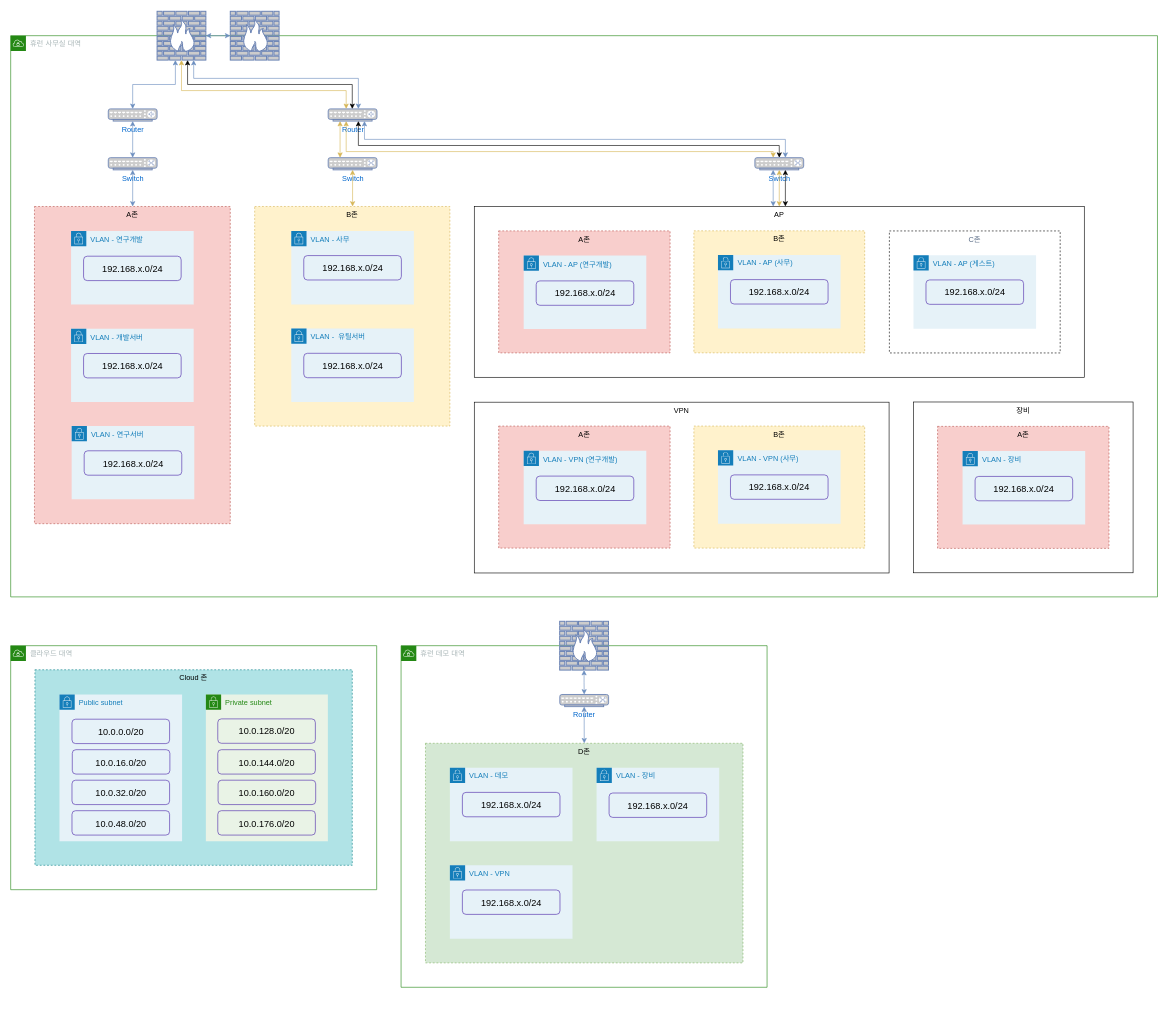
Before: page "To-Be" (2 of 2) of 네트워크.drawio in junho-nam/drawio, a draw.io diagram. Source tidied: cells renumbered, new cells numbered last; positions are measured from the earlier drawing's top-left corner, leaving out a move shared by most shapes. Both pictures are drawn from the tidied source at 61%, with x=0, y=0 at pixel (10, 11).
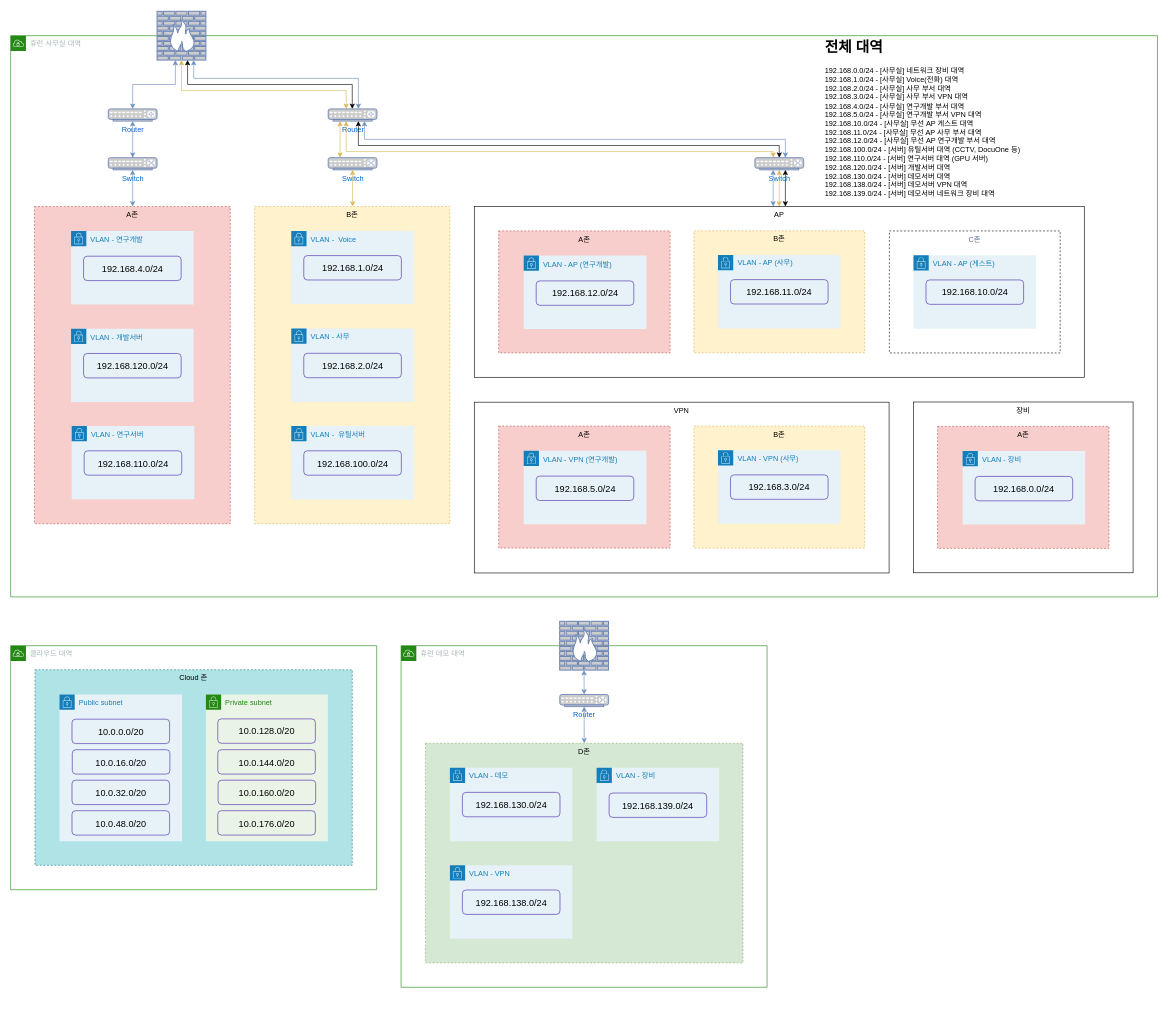
Above is the later version.

Commit message:
네트워크.drawio 업데이트

The change refers to these unchanged cells:
```xml
<mxCell id="4" value="휴런 사무실 대역" style="gradientColor=none;html=1;whiteSpace=wrap;fontSize=12;fontStyle=0;shape=mxgraph.aws4.group;grIcon=mxgraph.aws4.group_vpc;strokeColor=#248814;fillColor=none;verticalAlign=top;align=left;spacingLeft=30;fontColor=#AAB7B8;dashed=0;rounded=1;shadow=0;glass=0;sketch=0;strokeWidth=1;" parent="1" vertex="1">
  <mxGeometry y="40" width="1880" height="920" as="geometry" />
</mxCell>
<mxCell id="7" value="VLAN - 연구서버" style="gradientColor=none;html=1;whiteSpace=wrap;fontSize=12;fontStyle=0;shape=mxgraph.aws4.group;grIcon=mxgraph.aws4.group_security_group;grStroke=0;strokeColor=#147EBA;fillColor=#E6F2F8;verticalAlign=top;align=left;spacingLeft=30;fontColor=#147EBA;dashed=0;rounded=1;shadow=0;glass=0;sketch=0;strokeWidth=1;" parent="4" vertex="1">
  <mxGeometry x="100" y="640" width="201" height="120" as="geometry" />
</mxCell>
<mxCell id="10" value="VLAN - VPN (연구개발)" style="gradientColor=none;html=1;whiteSpace=wrap;fontSize=12;fontStyle=0;shape=mxgraph.aws4.group;grIcon=mxgraph.aws4.group_security_group;grStroke=0;strokeColor=#147EBA;fillColor=#E6F2F8;verticalAlign=top;align=left;spacingLeft=30;fontColor=#147EBA;dashed=0;rounded=1;shadow=0;glass=0;sketch=0;strokeWidth=1;" parent="4" vertex="1">
  <mxGeometry x="841" y="680.5" width="201" height="120.5" as="geometry" />
</mxCell>
<mxCell id="13" value="VLAN - VPN (사무)" style="gradientColor=none;html=1;whiteSpace=wrap;fontSize=12;fontStyle=0;shape=mxgraph.aws4.group;grIcon=mxgraph.aws4.group_security_group;grStroke=0;strokeColor=#147EBA;fillColor=#E6F2F8;verticalAlign=top;align=left;spacingLeft=30;fontColor=#147EBA;dashed=0;rounded=1;shadow=0;glass=0;sketch=0;strokeWidth=1;" parent="4" vertex="1">
  <mxGeometry x="1159.5" y="679.5" width="201" height="120.5" as="geometry" />
</mxCell>
<mxCell id="32" value="VLAN - 데모" style="gradientColor=none;html=1;whiteSpace=wrap;fontSize=12;fontStyle=0;shape=mxgraph.aws4.group;grIcon=mxgraph.aws4.group_security_group;grStroke=0;strokeColor=#147EBA;fillColor=#E6F2F8;verticalAlign=top;align=left;spacingLeft=30;fontColor=#147EBA;dashed=0;rounded=1;shadow=0;glass=0;sketch=0;strokeWidth=1;" parent="30" vertex="1">
  <mxGeometry x="80" y="200" width="201" height="120.5" as="geometry" />
</mxCell>
<mxCell id="34" value="VLAN - VPN" style="gradientColor=none;html=1;whiteSpace=wrap;fontSize=12;fontStyle=0;shape=mxgraph.aws4.group;grIcon=mxgraph.aws4.group_security_group;grStroke=0;strokeColor=#147EBA;fillColor=#E6F2F8;verticalAlign=top;align=left;spacingLeft=30;fontColor=#147EBA;dashed=0;rounded=1;shadow=0;glass=0;sketch=0;strokeWidth=1;" parent="30" vertex="1">
  <mxGeometry x="80" y="360" width="201" height="120.5" as="geometry" />
</mxCell>
<mxCell id="36" value="VLAN - 장비" style="gradientColor=none;html=1;whiteSpace=wrap;fontSize=12;fontStyle=0;shape=mxgraph.aws4.group;grIcon=mxgraph.aws4.group_security_group;grStroke=0;strokeColor=#147EBA;fillColor=#E6F2F8;verticalAlign=top;align=left;spacingLeft=30;fontColor=#147EBA;dashed=0;rounded=1;shadow=0;glass=0;sketch=0;strokeWidth=1;" parent="30" vertex="1">
  <mxGeometry x="320.5" y="200" width="201" height="120.5" as="geometry" />
</mxCell>
<mxCell id="46" value="VLAN - 연구개발" style="gradientColor=none;html=1;whiteSpace=wrap;fontSize=12;fontStyle=0;shape=mxgraph.aws4.group;grIcon=mxgraph.aws4.group_security_group;grStroke=0;strokeColor=#147EBA;fillColor=#E6F2F8;verticalAlign=top;align=left;spacingLeft=30;fontColor=#147EBA;dashed=0;rounded=1;shadow=0;glass=0;sketch=0;strokeWidth=1;" parent="1" vertex="1">
  <mxGeometry x="99" y="360" width="201" height="120.5" as="geometry" />
</mxCell>
<mxCell id="48" value="VLAN - AP (게스트)" style="gradientColor=none;html=1;whiteSpace=wrap;fontSize=12;fontStyle=0;shape=mxgraph.aws4.group;grIcon=mxgraph.aws4.group_security_group;grStroke=0;strokeColor=#147EBA;fillColor=#E6F2F8;verticalAlign=top;align=left;spacingLeft=30;fontColor=#147EBA;dashed=0;rounded=1;shadow=0;glass=0;sketch=0;strokeWidth=1;" parent="1" vertex="1">
  <mxGeometry x="1480" y="399.9" width="201" height="120.5" as="geometry" />
</mxCell>
<mxCell id="50" value="VLAN - AP (사무)" style="gradientColor=none;html=1;whiteSpace=wrap;fontSize=12;fontStyle=0;shape=mxgraph.aws4.group;grIcon=mxgraph.aws4.group_security_group;grStroke=0;strokeColor=#147EBA;fillColor=#E6F2F8;verticalAlign=top;align=left;spacingLeft=30;fontColor=#147EBA;dashed=0;rounded=1;shadow=0;glass=0;sketch=0;strokeWidth=1;" parent="1" vertex="1">
  <mxGeometry x="1159.5" y="399.4" width="201" height="120.5" as="geometry" />
</mxCell>
<mxCell id="55" style="fontColor=#0066CC;verticalAlign=top;verticalLabelPosition=bottom;labelPosition=center;align=center;html=1;outlineConnect=0;fillColor=#CCCCCC;strokeColor=#6881B3;gradientColor=none;gradientDirection=north;strokeWidth=2;shape=mxgraph.networks.firewall;" parent="1" vertex="1">
  <mxGeometry x="240" width="80" height="80" as="geometry" />
</mxCell>
<mxCell id="60" value="VLAN - 개발서버" style="gradientColor=none;html=1;whiteSpace=wrap;fontSize=12;fontStyle=0;shape=mxgraph.aws4.group;grIcon=mxgraph.aws4.group_security_group;grStroke=0;strokeColor=#147EBA;fillColor=#E6F2F8;verticalAlign=top;align=left;spacingLeft=30;fontColor=#147EBA;dashed=0;rounded=1;shadow=0;glass=0;sketch=0;strokeWidth=1;" parent="1" vertex="1">
  <mxGeometry x="99" y="520.5" width="201" height="120" as="geometry" />
</mxCell>
<mxCell id="71" value="VLAN - AP (연구개발)" style="gradientColor=none;html=1;whiteSpace=wrap;fontSize=12;fontStyle=0;shape=mxgraph.aws4.group;grIcon=mxgraph.aws4.group_security_group;grStroke=0;strokeColor=#147EBA;fillColor=#E6F2F8;verticalAlign=top;align=left;spacingLeft=30;fontColor=#147EBA;dashed=0;rounded=1;shadow=0;glass=0;sketch=0;strokeWidth=1;" parent="1" vertex="1">
  <mxGeometry x="841" y="400.5" width="201" height="120.5" as="geometry" />
</mxCell>
<mxCell id="78" value="VLAN - 장비" style="gradientColor=none;html=1;whiteSpace=wrap;fontSize=12;fontStyle=0;shape=mxgraph.aws4.group;grIcon=mxgraph.aws4.group_security_group;grStroke=0;strokeColor=#147EBA;fillColor=#E6F2F8;verticalAlign=top;align=left;spacingLeft=30;fontColor=#147EBA;dashed=0;rounded=1;shadow=0;glass=0;sketch=0;strokeWidth=1;" parent="1" vertex="1">
  <mxGeometry x="1560.5" y="721" width="201" height="120.5" as="geometry" />
</mxCell>
```

What changed in the source:
```diff
@@
     <mxCell id="3" value="B존" style="fillColor=#fff2cc;strokeColor=#d6b656;dashed=1;verticalAlign=top;fontStyle=0;" parent="1" vertex="1">
-      <mxGeometry x="400" y="320" width="320" height="360" as="geometry" />
+      <mxGeometry x="400" y="320" width="320" height="520" as="geometry" />
     </mxCell>
@@
-    <mxCell id="8" value="&lt;font style=&quot;font-size: 15px;&quot;&gt;192.168.x.0/24&lt;/font&gt;" style="rounded=1;whiteSpace=wrap;html=1;fillColor=none;strokeWidth=1;strokeColor=#4d27aa;glass=0;shadow=0;" parent="7" vertex="1">
+    <mxCell id="8" value="&lt;font style=&quot;font-size: 15px;&quot;&gt;192.168.110.0/24&lt;/font&gt;" style="rounded=1;whiteSpace=wrap;html=1;fillColor=none;strokeWidth=1;strokeColor=#4d27aa;glass=0;shadow=0;" parent="7" vertex="1">
       <mxGeometry x="20.5" y="40.5" width="160" height="40" as="geometry" />
     </mxCell>
@@
-    <mxCell id="11" value="&lt;font style=&quot;font-size: 15px;&quot;&gt;192.168.x.0/24&lt;/font&gt;" style="rounded=1;whiteSpace=wrap;html=1;fillColor=none;strokeWidth=1;strokeColor=#4d27aa;glass=0;shadow=0;" parent="10" vertex="1">
+    <mxCell id="11" value="&lt;font style=&quot;font-size: 15px;&quot;&gt;192.168.5.0/24&lt;/font&gt;" style="rounded=1;whiteSpace=wrap;html=1;fillColor=none;strokeWidth=1;strokeColor=#4d27aa;glass=0;shadow=0;" parent="10" vertex="1">
       <mxGeometry x="20.5" y="41.5" width="160" height="40" as="geometry" />
     </mxCell>
@@
-    <mxCell id="14" value="&lt;font style=&quot;font-size: 15px;&quot;&gt;192.168.x.0/24&lt;/font&gt;" style="rounded=1;whiteSpace=wrap;html=1;fillColor=none;strokeWidth=1;strokeColor=#4d27aa;glass=0;shadow=0;" parent="13" vertex="1">
+    <mxCell id="14" value="&lt;font style=&quot;font-size: 15px;&quot;&gt;192.168.3.0/24&lt;/font&gt;" style="rounded=1;whiteSpace=wrap;html=1;fillColor=none;strokeWidth=1;strokeColor=#4d27aa;glass=0;shadow=0;" parent="13" vertex="1">
       <mxGeometry x="20.5" y="40.5" width="160" height="40" as="geometry" />
     </mxCell>
@@
+    <mxCell id="83" value="VLAN -&amp;nbsp; Voice" style="gradientColor=none;html=1;whiteSpace=wrap;fontSize=12;fontStyle=0;shape=mxgraph.aws4.group;grIcon=mxgraph.aws4.group_security_group;grStroke=0;strokeColor=#147EBA;fillColor=#E6F2F8;verticalAlign=top;align=left;spacingLeft=30;fontColor=#147EBA;dashed=0;rounded=1;shadow=0;glass=0;sketch=0;strokeWidth=1;" parent="4" vertex="1">
+      <mxGeometry x="460" y="320" width="201" height="120" as="geometry" />
+    </mxCell>
+    <mxCell id="84" value="&lt;font style=&quot;font-size: 15px;&quot;&gt;192.168.1.0/24&lt;/font&gt;" style="rounded=1;whiteSpace=wrap;html=1;fillColor=none;strokeWidth=1;strokeColor=#4d27aa;glass=0;shadow=0;" parent="83" vertex="1">
+      <mxGeometry x="20.5" y="40.5" width="160" height="40" as="geometry" />
+    </mxCell>
     <mxCell id="16" value="VLAN -&amp;nbsp; 유틸서버" style="gradientColor=none;html=1;whiteSpace=wrap;fontSize=12;fontStyle=0;shape=mxgraph.aws4.group;grIcon=mxgraph.aws4.group_security_group;grStroke=0;strokeColor=#147EBA;fillColor=#E6F2F8;verticalAlign=top;align=left;spacingLeft=30;fontColor=#147EBA;dashed=0;rounded=1;shadow=0;glass=0;sketch=0;strokeWidth=1;" parent="4" vertex="1">
-      <mxGeometry x="460" y="480.2" width="201" height="120.5" as="geometry" />
+      <mxGeometry x="460" y="640" width="201" height="120.5" as="geometry" />
     </mxCell>
-    <mxCell id="17" value="&lt;font style=&quot;font-size: 15px;&quot;&gt;192.168.x.0/24&lt;/font&gt;" style="rounded=1;whiteSpace=wrap;html=1;fillColor=none;strokeWidth=1;strokeColor=#4d27aa;glass=0;shadow=0;" parent="16" vertex="1">
+    <mxCell id="17" value="&lt;font style=&quot;font-size: 15px;&quot;&gt;192.168.100.0/24&lt;/font&gt;" style="rounded=1;whiteSpace=wrap;html=1;fillColor=none;strokeWidth=1;strokeColor=#4d27aa;glass=0;shadow=0;" parent="16" vertex="1">
       <mxGeometry x="20.5" y="40.5" width="160" height="40" as="geometry" />
     </mxCell>
+    <mxCell id="52" value="VLAN - 사무" style="gradientColor=none;html=1;whiteSpace=wrap;fontSize=12;fontStyle=0;shape=mxgraph.aws4.group;grIcon=mxgraph.aws4.group_security_group;grStroke=0;strokeColor=#147EBA;fillColor=#E6F2F8;verticalAlign=top;align=left;spacingLeft=30;fontColor=#147EBA;dashed=0;rounded=1;shadow=0;glass=0;sketch=0;strokeWidth=1;" parent="4" vertex="1">
+      <mxGeometry x="460" y="480.2" width="201" height="120.5" as="geometry" />
+    </mxCell>
+    <mxCell id="53" value="&lt;font style=&quot;font-size: 15px;&quot;&gt;192.168.2.0/24&lt;/font&gt;" style="rounded=1;whiteSpace=wrap;html=1;fillColor=none;strokeWidth=1;strokeColor=#4d27aa;glass=0;shadow=0;" parent="52" vertex="1">
+      <mxGeometry x="20.5" y="40.5" width="160" height="40" as="geometry" />
+    </mxCell>
+    <mxCell id="85" value="&lt;h1&gt;전체 대역&lt;/h1&gt;&lt;p&gt;192.168.0.0/24 - [사무실] 네트워크 장비 대역&lt;br style=&quot;border-color: var(--border-color);&quot;&gt;192.168.1.0/24 - [사무실] Voice(전화) 대역&lt;br style=&quot;border-color: var(--border-color);&quot;&gt;192.168.2.0/24 - [사무실] 사무 부서 대역&lt;br style=&quot;border-color: var(--border-color);&quot;&gt;192.168.3.0/24 - [사무실] 사무 부서 VPN 대역&lt;br style=&quot;border-color: var(--border-color);&quot;&gt;192.168.4.0/24 - [사무실] 연구개발 부서 대역&lt;br style=&quot;border-color: var(--border-color);&quot;&gt;192.168.5.0/24 - [사무실] 연구개발 부서 VPN 대역&lt;br style=&quot;border-color: var(--border-color);&quot;&gt;192.168.10.0/24 - [사무실] 무선 AP 게스트 대역&lt;br style=&quot;border-color: var(--border-color);&quot;&gt;192.168.11.0/24 - [사무실] 무선 AP 사무 부서 대역&lt;br style=&quot;border-color: var(--border-color);&quot;&gt;192.168.12.0/24 - [사무실] 무선 AP 연구개발 부서 대역&lt;br style=&quot;border-color: var(--border-color);&quot;&gt;192.168.100.0/24 - [서버] 유틸서버 대역 (CCTV, DocuOne 등)&lt;br style=&quot;border-color: var(--border-color);&quot;&gt;192.168.110.0/24 - [서버] 연구서버 대역 (GPU 서버)&lt;br style=&quot;border-color: var(--border-color);&quot;&gt;192.168.120.0/24 - [서버] 개발서버 대역&lt;br style=&quot;border-color: var(--border-color);&quot;&gt;192.168.130.0/24 - [서버] 데모서버 대역&lt;br style=&quot;border-color: var(--border-color);&quot;&gt;192.168.138.0/24 - [서버] 데모서버 VPN 대역&lt;br&gt;192.168.139.0/24 - [서버] 데모서버 네트워크 장비 대역&lt;/p&gt;&lt;p&gt;&lt;br&gt;&lt;/p&gt;" style="text;html=1;strokeColor=none;fillColor=none;spacing=5;spacingTop=-20;whiteSpace=wrap;overflow=hidden;rounded=0;" parent="4" vertex="1">
+      <mxGeometry x="1330" width="390" height="270" as="geometry" />
+    </mxCell>
@@
-    <mxCell id="33" value="&lt;font style=&quot;font-size: 15px;&quot;&gt;192.168.x.0/24&lt;/font&gt;" style="rounded=1;whiteSpace=wrap;html=1;fillColor=none;strokeWidth=1;strokeColor=#4d27aa;glass=0;shadow=0;" parent="32" vertex="1">
+    <mxCell id="33" value="&lt;font style=&quot;font-size: 15px;&quot;&gt;192.168.130.0/24&lt;/font&gt;" style="rounded=1;whiteSpace=wrap;html=1;fillColor=none;strokeWidth=1;strokeColor=#4d27aa;glass=0;shadow=0;" parent="32" vertex="1">
       <mxGeometry x="20.5" y="40.5" width="160" height="40" as="geometry" />
     </mxCell>
@@
-    <mxCell id="35" value="&lt;font style=&quot;font-size: 15px;&quot;&gt;192.168.x.0/24&lt;/font&gt;" style="rounded=1;whiteSpace=wrap;html=1;fillColor=none;strokeWidth=1;strokeColor=#4d27aa;glass=0;shadow=0;" parent="34" vertex="1">
+    <mxCell id="35" value="&lt;font style=&quot;font-size: 15px;&quot;&gt;192.168.138.0/24&lt;/font&gt;" style="rounded=1;whiteSpace=wrap;html=1;fillColor=none;strokeWidth=1;strokeColor=#4d27aa;glass=0;shadow=0;" parent="34" vertex="1">
       <mxGeometry x="20.5" y="40.5" width="160" height="40" as="geometry" />
     </mxCell>
@@
-    <mxCell id="37" value="&lt;font style=&quot;font-size: 15px;&quot;&gt;192.168.x.0/24&lt;/font&gt;" style="rounded=1;whiteSpace=wrap;html=1;fillColor=none;strokeWidth=1;strokeColor=#4d27aa;glass=0;shadow=0;" parent="36" vertex="1">
+    <mxCell id="37" value="&lt;font style=&quot;font-size: 15px;&quot;&gt;192.168.139.0/24&lt;/font&gt;" style="rounded=1;whiteSpace=wrap;html=1;fillColor=none;strokeWidth=1;strokeColor=#4d27aa;glass=0;shadow=0;" parent="36" vertex="1">
       <mxGeometry x="20.5" y="41.5" width="160" height="40" as="geometry" />
     </mxCell>
@@
-    <mxCell id="47" value="&lt;font style=&quot;font-size: 15px;&quot;&gt;192.168.x.0/24&lt;/font&gt;" style="rounded=1;whiteSpace=wrap;html=1;fillColor=none;strokeWidth=1;strokeColor=#4d27aa;glass=0;shadow=0;" parent="46" vertex="1">
+    <mxCell id="47" value="&lt;font style=&quot;font-size: 15px;&quot;&gt;192.168.4.0/24&lt;/font&gt;" style="rounded=1;whiteSpace=wrap;html=1;fillColor=none;strokeWidth=1;strokeColor=#4d27aa;glass=0;shadow=0;" parent="46" vertex="1">
       <mxGeometry x="20.5" y="41.5" width="160" height="40" as="geometry" />
     </mxCell>
@@
-    <mxCell id="49" value="&lt;font style=&quot;font-size: 15px;&quot;&gt;192.168.x.0/24&lt;/font&gt;" style="rounded=1;whiteSpace=wrap;html=1;fillColor=none;strokeWidth=1;strokeColor=#4d27aa;glass=0;shadow=0;" parent="48" vertex="1">
+    <mxCell id="49" value="&lt;font style=&quot;font-size: 15px;&quot;&gt;192.168.10.0/24&lt;/font&gt;" style="rounded=1;whiteSpace=wrap;html=1;fillColor=none;strokeWidth=1;strokeColor=#4d27aa;glass=0;shadow=0;" parent="48" vertex="1">
       <mxGeometry x="20.5" y="40.5" width="160" height="40" as="geometry" />
     </mxCell>
@@
-    <mxCell id="51" value="&lt;font style=&quot;font-size: 15px;&quot;&gt;192.168.x.0/24&lt;/font&gt;" style="rounded=1;whiteSpace=wrap;html=1;fillColor=none;strokeWidth=1;strokeColor=#4d27aa;glass=0;shadow=0;" parent="50" vertex="1">
+    <mxCell id="51" value="&lt;font style=&quot;font-size: 15px;&quot;&gt;192.168.11.0/24&lt;/font&gt;" style="rounded=1;whiteSpace=wrap;html=1;fillColor=none;strokeWidth=1;strokeColor=#4d27aa;glass=0;shadow=0;" parent="50" vertex="1">
       <mxGeometry x="20.5" y="40.5" width="160" height="40" as="geometry" />
     </mxCell>
-    <mxCell id="52" value="VLAN - 사무" style="gradientColor=none;html=1;whiteSpace=wrap;fontSize=12;fontStyle=0;shape=mxgraph.aws4.group;grIcon=mxgraph.aws4.group_security_group;grStroke=0;strokeColor=#147EBA;fillColor=#E6F2F8;verticalAlign=top;align=left;spacingLeft=30;fontColor=#147EBA;dashed=0;rounded=1;shadow=0;glass=0;sketch=0;strokeWidth=1;" parent="1" vertex="1">
-      <mxGeometry x="460" y="360" width="201" height="120.5" as="geometry" />
-    </mxCell>
-    <mxCell id="53" value="&lt;font style=&quot;font-size: 15px;&quot;&gt;192.168.x.0/24&lt;/font&gt;" style="rounded=1;whiteSpace=wrap;html=1;fillColor=none;strokeWidth=1;strokeColor=#4d27aa;glass=0;shadow=0;" parent="52" vertex="1">
-      <mxGeometry x="20.5" y="40.5" width="160" height="40" as="geometry" />
-    </mxCell>
-    <mxCell id="54" style="edgeStyle=orthogonalEdgeStyle;rounded=0;jettySize=auto;html=1;startArrow=classic;startFill=1;endArrow=classic;endFill=1;fillColor=#dae8fc;strokeColor=#6c8ebf;" parent="1" edge="1" source="55" target="56">
-      <mxGeometry relative="1" as="geometry" />
-    </mxCell>
@@
-    <mxCell id="56" style="fontColor=#0066CC;verticalAlign=top;verticalLabelPosition=bottom;labelPosition=center;align=center;html=1;outlineConnect=0;fillColor=#CCCCCC;strokeColor=#6881B3;gradientColor=none;gradientDirection=north;strokeWidth=2;shape=mxgraph.networks.firewall;" parent="1" vertex="1">
-      <mxGeometry x="360" width="80" height="80" as="geometry" />
-    </mxCell>
@@
-    <mxCell id="61" value="&lt;font style=&quot;font-size: 15px;&quot;&gt;192.168.x.0/24&lt;/font&gt;" style="rounded=1;whiteSpace=wrap;html=1;fillColor=none;strokeWidth=1;strokeColor=#4d27aa;glass=0;shadow=0;" parent="60" vertex="1">
+    <mxCell id="61" value="&lt;font style=&quot;font-size: 15px;&quot;&gt;192.168.120.0/24&lt;/font&gt;" style="rounded=1;whiteSpace=wrap;html=1;fillColor=none;strokeWidth=1;strokeColor=#4d27aa;glass=0;shadow=0;" parent="60" vertex="1">
       <mxGeometry x="20.5" y="40.5" width="160" height="40" as="geometry" />
     </mxCell>
@@
-    <mxCell id="72" value="&lt;font style=&quot;font-size: 15px;&quot;&gt;192.168.x.0/24&lt;/font&gt;" style="rounded=1;whiteSpace=wrap;html=1;fillColor=none;strokeWidth=1;strokeColor=#4d27aa;glass=0;shadow=0;" parent="71" vertex="1">
+    <mxCell id="72" value="&lt;font style=&quot;font-size: 15px;&quot;&gt;192.168.12.0/24&lt;/font&gt;" style="rounded=1;whiteSpace=wrap;html=1;fillColor=none;strokeWidth=1;strokeColor=#4d27aa;glass=0;shadow=0;" parent="71" vertex="1">
       <mxGeometry x="20.5" y="41.5" width="160" height="40" as="geometry" />
     </mxCell>
@@
-    <mxCell id="79" value="&lt;font style=&quot;font-size: 15px;&quot;&gt;192.168.x.0/24&lt;/font&gt;" style="rounded=1;whiteSpace=wrap;html=1;fillColor=none;strokeWidth=1;strokeColor=#4d27aa;glass=0;shadow=0;" parent="78" vertex="1">
+    <mxCell id="79" value="&lt;font style=&quot;font-size: 15px;&quot;&gt;192.168.0.0/24&lt;/font&gt;" style="rounded=1;whiteSpace=wrap;html=1;fillColor=none;strokeWidth=1;strokeColor=#4d27aa;glass=0;shadow=0;" parent="78" vertex="1">
       <mxGeometry x="20.5" y="41.5" width="160" height="40" as="geometry" />
     </mxCell>
```
